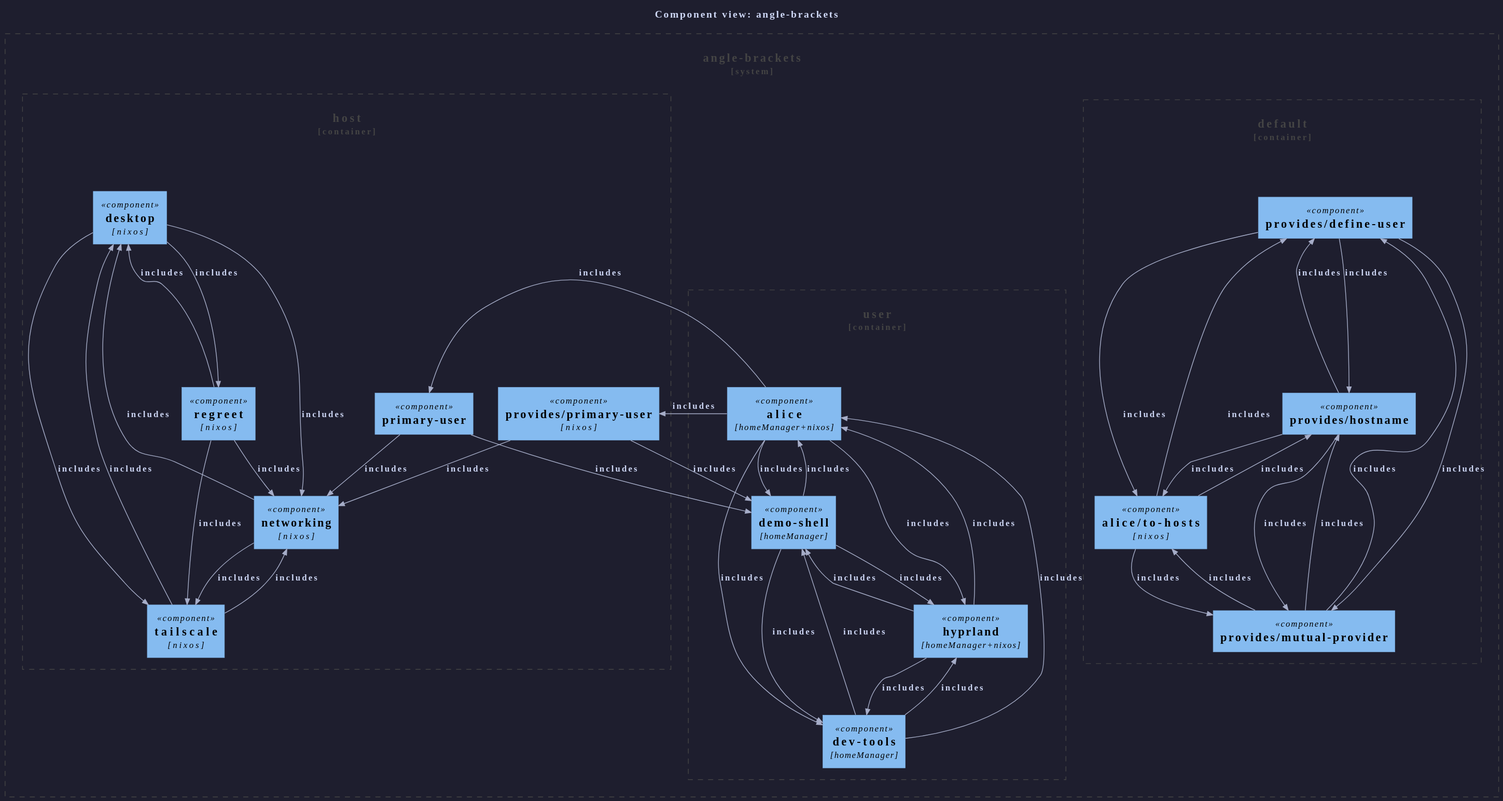
This is templates/diag-fx-demo/diagrams/angle-brackets-c4component.puml.svg from sini/den, a PlantUML export, as it was before one commit.
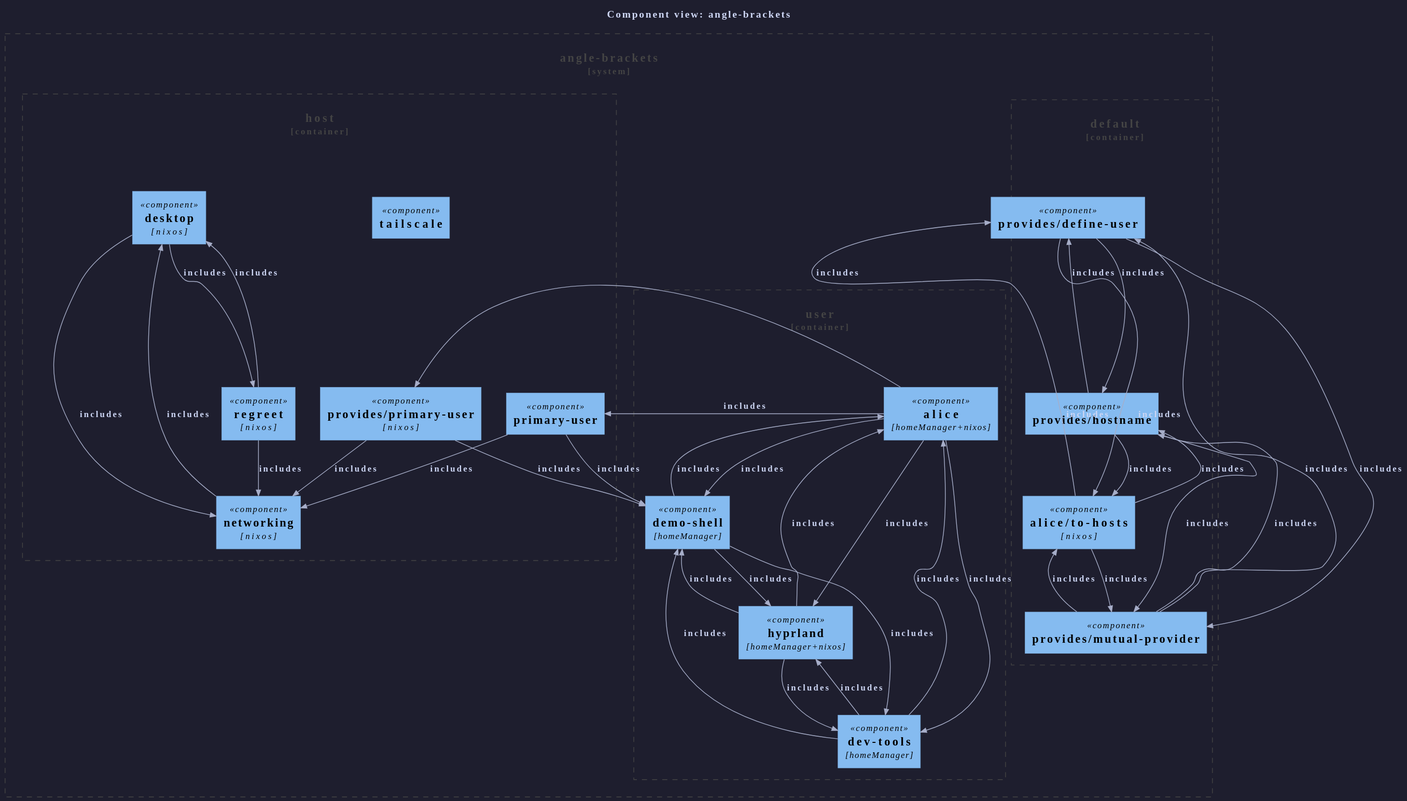
Above is the later version.

The edit, as a diff of the source:
```diff
@@ -34,7 +34,7 @@
     Component(primary_user, "primary-user", "")
     Component(den__provides__primary_user, "provides/primary-user", "nixos")
     Component(regreet, "regreet", "nixos")
-    Component(tailscale, "tailscale", "nixos")
+    Component(tailscale, "tailscale", "")
 }
   Container_Boundary(c4_default, "default") {
     Component(den__provides__define_user, "provides/define-user", "")
@@ -73,18 +73,13 @@
 Rel(den__provides__primary_user, demo_shell, "includes")
 Rel(den__provides__primary_user, networking, "includes")
 Rel(desktop, networking, "includes")
-Rel(desktop, tailscale, "includes")
 Rel(desktop, regreet, "includes")
 Rel(dev_tools, alice, "includes")
 Rel(dev_tools, demo_shell, "includes")
 Rel(dev_tools, hyprland, "includes")
 Rel(networking, desktop, "includes")
 Rel(regreet, desktop, "includes")
-Rel(tailscale, desktop, "includes")
 Rel(regreet, networking, "includes")
-Rel(tailscale, networking, "includes")
-Rel(networking, tailscale, "includes")
-Rel(regreet, tailscale, "includes")
 Rel(hyprland, dev_tools, "includes")
 Rel(hyprland, alice, "includes")
 Rel(hyprland, demo_shell, "includes")
```
